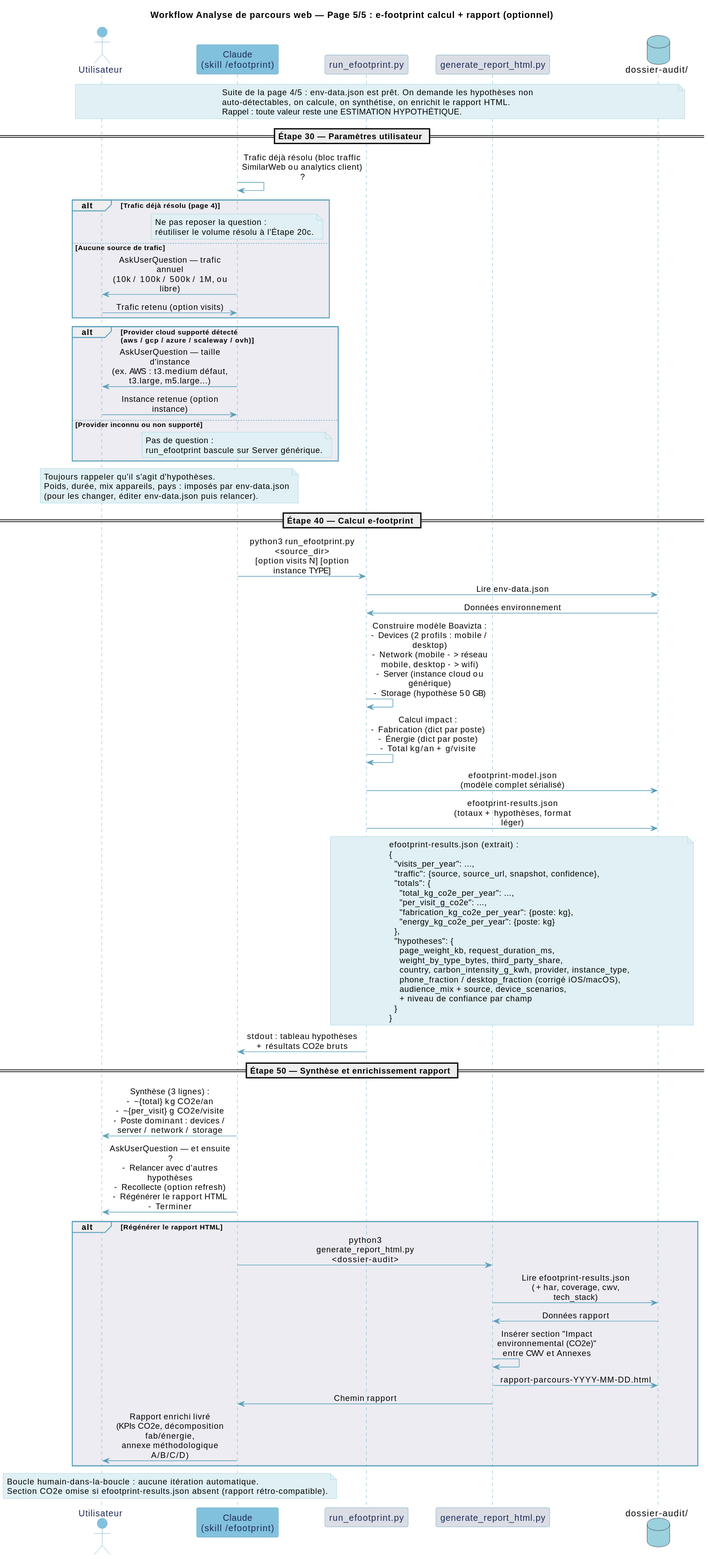
This is documentation/diagramme/analyse-parcours-p5.svg from Boavizta/eroom, a PlantUML export, as it was before one commit.
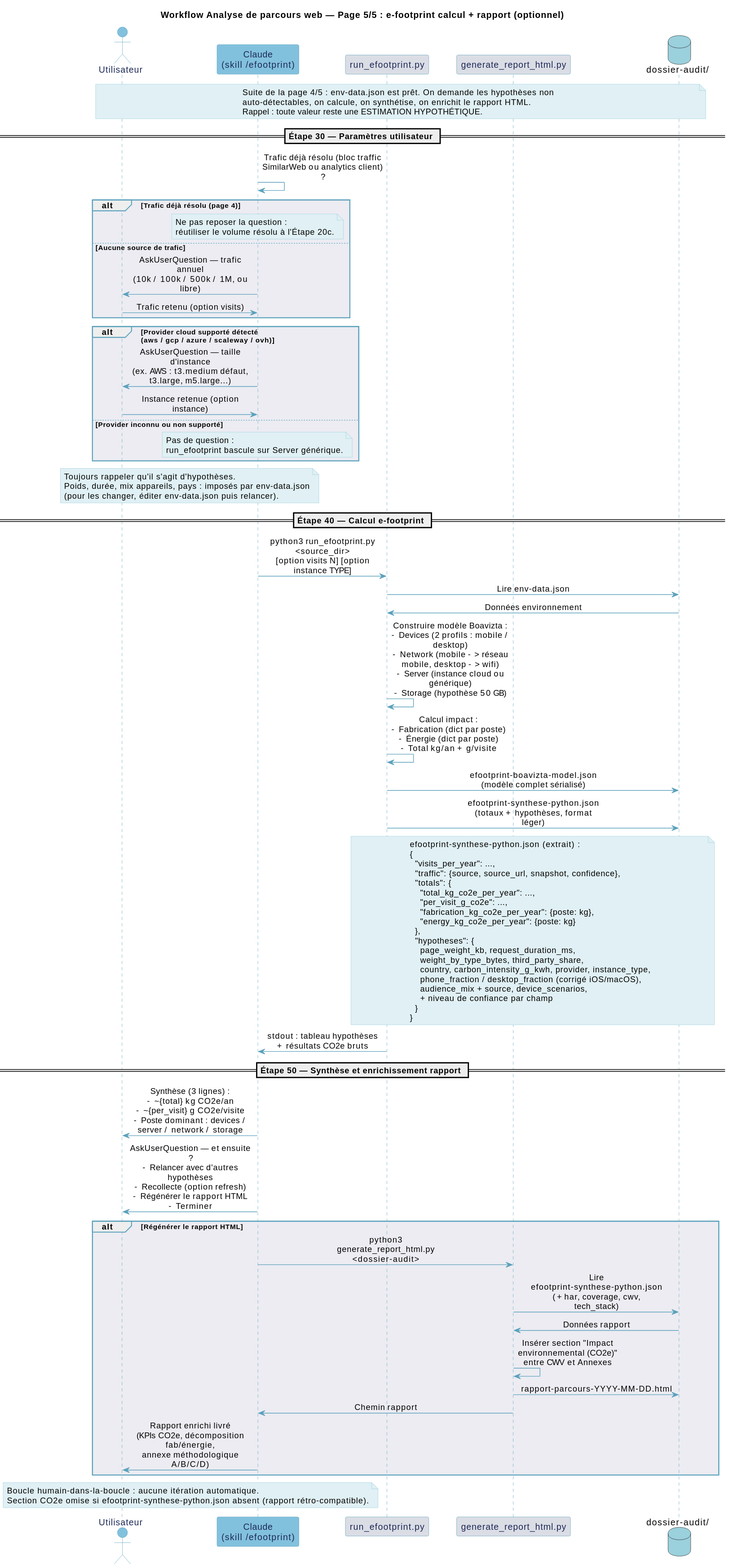
Later version of the same file.

The edit, as a diff of the source:
```diff
@@ -68,11 +68,11 @@
 
 REF -> REF : Calcul impact :\n- Fabrication (dict par poste)\n- Énergie (dict par poste)\n- Total kg/an + g/visite
 
-REF -> FS : efootprint-model.json\n(modèle complet sérialisé)
-REF -> FS : efootprint-results.json\n(totaux + hypothèses, format léger)
+REF -> FS : efootprint-boavizta-model.json\n(modèle complet sérialisé)
+REF -> FS : efootprint-synthese-python.json\n(totaux + hypothèses, format léger)
 
 note over REF, FS
-  efootprint-results.json (extrait) :
+  efootprint-synthese-python.json (extrait) :
   {
     "visits_per_year": ...,
     "traffic": {source, source_url, snapshot, confidence},
@@ -103,7 +103,7 @@
 
 alt Régénérer le rapport HTML
   C -> GR : python3 generate_report_html.py <dossier-audit>
-  GR -> FS : Lire efootprint-results.json\n(+ har, coverage, cwv, tech_stack)
+  GR -> FS : Lire efootprint-synthese-python.json\n(+ har, coverage, cwv, tech_stack)
   FS -> GR : Données rapport
   GR -> GR : Insérer section "Impact\nenvironnemental (CO2e)"\nentre CWV et Annexes
   GR -> FS : rapport-parcours-YYYY-MM-DD.html
@@ -113,6 +113,6 @@
 
 note over U, C
   Boucle humain-dans-la-boucle : aucune itération automatique.
-  Section CO2e omise si efootprint-results.json absent (rapport rétro-compatible).
+  Section CO2e omise si efootprint-synthese-python.json absent (rapport rétro-compatible).
 end note
 @enduml
```
